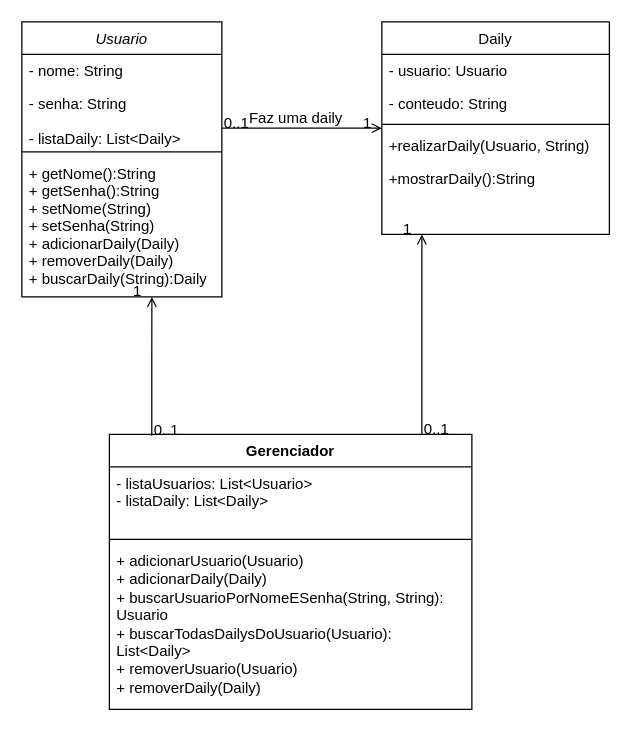
KhovetS2/bertoti keeps this draw.io diagram as Eng. de Software 1/exercicio.drawio. Above is the earlier version. Source tidied: cells renumbered, new cells numbered last; positions are measured from the earlier drawing's top-left corner, leaving out a move shared by most shapes. Both pictures are drawn from the tidied source at 125%, with x=0, y=0 at pixel (21, 21).
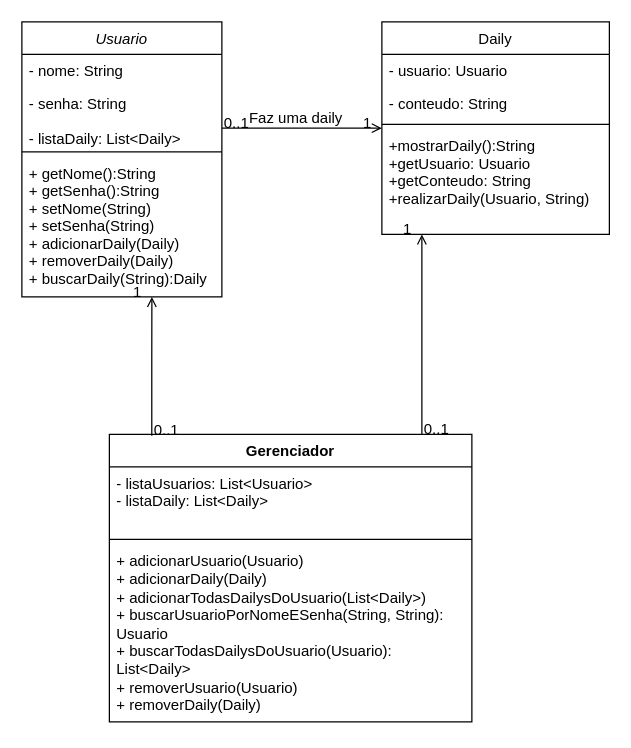
Above is the later version.

Unchanged cells that the change refers to:
```xml
<mxCell id="7" value="Daily" style="swimlane;fontStyle=0;align=center;verticalAlign=top;horizontal=1;startSize=26;rounded=0;shadow=0;strokeWidth=1;" parent="1" vertex="1">
  <mxGeometry x="288" width="182" height="170" as="geometry" />
</mxCell>
```

Diff of the diagram source:
```diff
@@
-    <mxCell id="11" value="+realizarDaily(Usuario, String)" style="text;align=left;verticalAlign=top;spacingLeft=4;spacingRight=4;overflow=hidden;" parent="7" vertex="1">
-      <mxGeometry y="86" width="182" height="26" as="geometry" />
-    </mxCell>
-    <mxCell id="12" value="+mostrarDaily():String" style="text;align=left;verticalAlign=top;spacingLeft=4;spacingRight=4;overflow=hidden;" parent="7" vertex="1">
-      <mxGeometry y="112" width="182" height="26" as="geometry" />
+    <mxCell id="12" value="+mostrarDaily():String&#10;+getUsuario: Usuario&#10;+getConteudo: String&#10;+realizarDaily(Usuario, String)&#10;" style="text;align=left;verticalAlign=top;spacingLeft=4;spacingRight=4;overflow=hidden;" parent="7" vertex="1">
+      <mxGeometry y="86" width="182" height="2" as="geometry" />
     </mxCell>
@@
     <mxCell id="17" value="Gerenciador" style="swimlane;fontStyle=1;align=center;verticalAlign=top;horizontal=1;startSize=26;whiteSpace=wrap;html=1;" parent="1" vertex="1">
-      <mxGeometry x="70" y="330" width="290" height="220" as="geometry" />
+      <mxGeometry x="70" y="330" width="290" height="230" as="geometry" />
     </mxCell>
@@
-    <mxCell id="20" value="+ adicionarUsuario(Usuario)&lt;br&gt;+ adicionarDaily(Daily)&lt;br&gt;+ buscarUsuarioPorNomeESenha(String, String): Usuario&lt;br&gt;+ buscarTodasDailysDoUsuario(Usuario): List&amp;lt;Daily&amp;gt;&lt;br&gt;+ removerUsuario(Usuario)&lt;br&gt;+ removerDaily(Daily)" style="text;strokeColor=none;fillColor=none;align=left;verticalAlign=top;spacingLeft=4;spacingRight=4;overflow=hidden;whiteSpace=wrap;html=1;" parent="17" vertex="1">
-      <mxGeometry y="88" width="290" height="132" as="geometry" />
+    <mxCell id="20" value="+ adicionarUsuario(Usuario)&lt;br&gt;+ adicionarDaily(Daily)&lt;br&gt;+ adicionarTodasDailysDoUsuario(List&amp;lt;Daily&amp;gt;)&lt;br&gt;+ buscarUsuarioPorNomeESenha(String, String): Usuario&lt;br&gt;+ buscarTodasDailysDoUsuario(Usuario): List&amp;lt;Daily&amp;gt;&lt;br&gt;+ removerUsuario(Usuario)&lt;br&gt;+ removerDaily(Daily)" style="text;strokeColor=none;fillColor=none;align=left;verticalAlign=top;spacingLeft=4;spacingRight=4;overflow=hidden;whiteSpace=wrap;html=1;" parent="17" vertex="1">
+      <mxGeometry y="88" width="290" height="142" as="geometry" />
     </mxCell>
```
